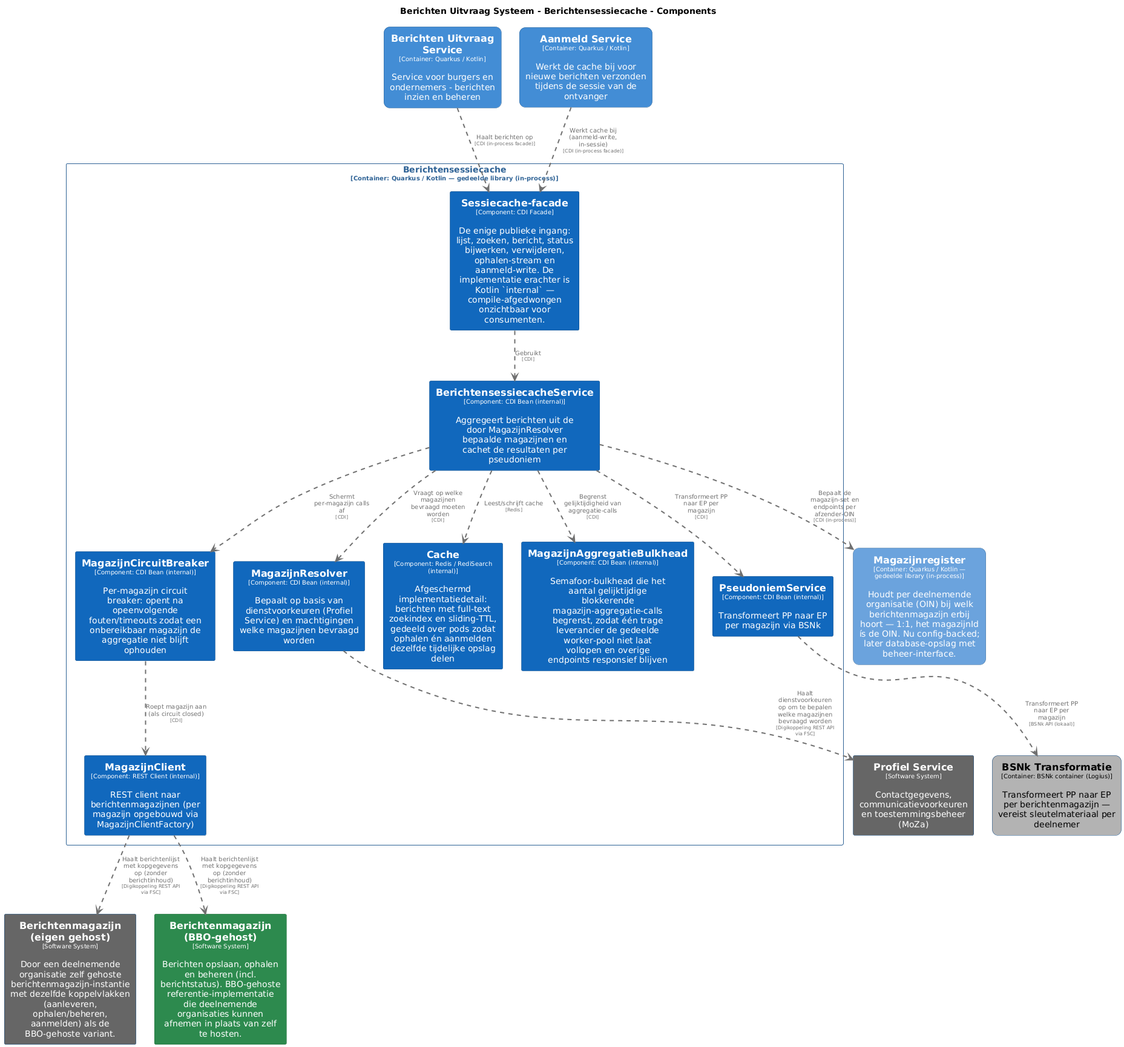
Before: master/png/BerichtensessiecacheComponenten.png, a diagram exported from PlantUML (MinBZK/moza-poc-fbs-berichtenbox).
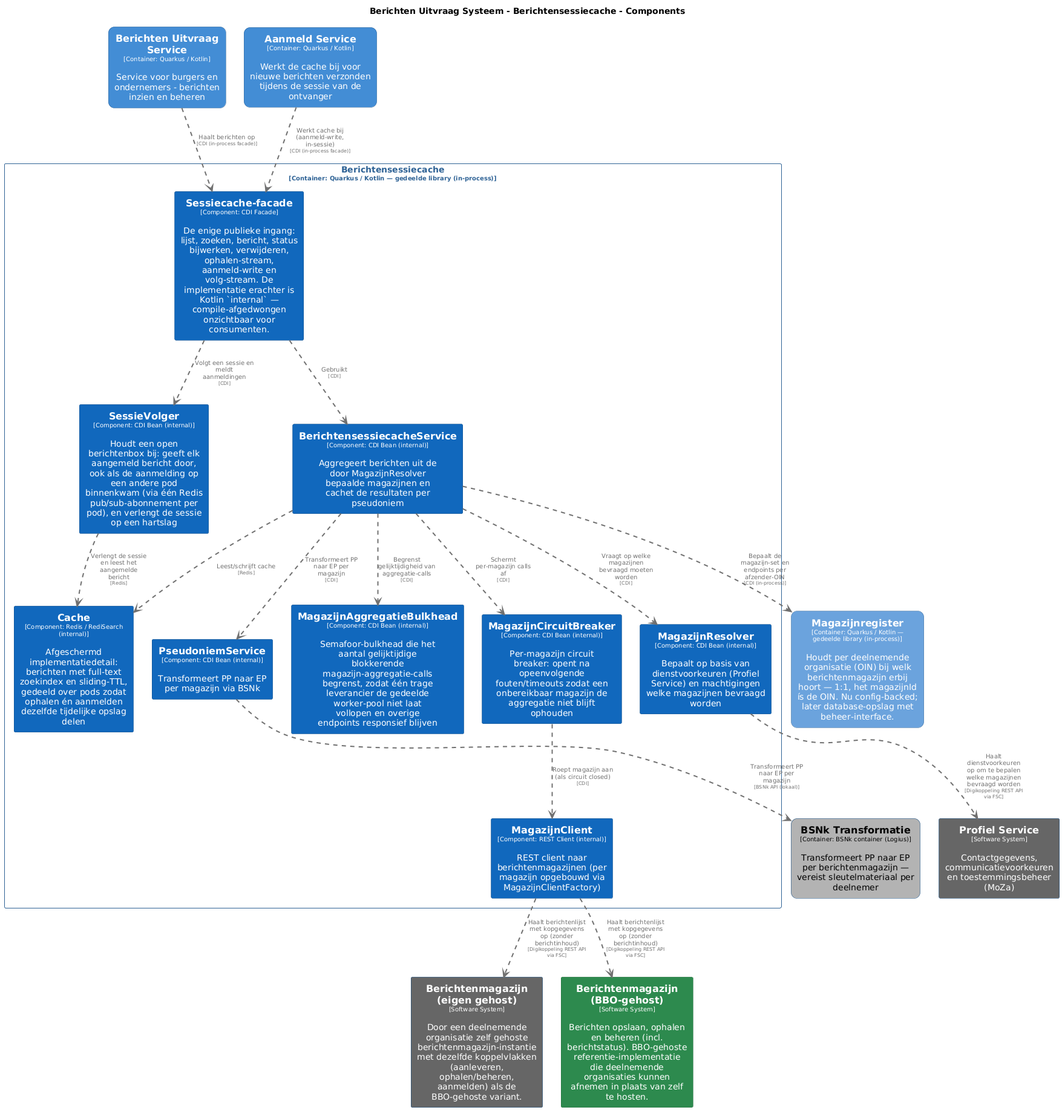
The same file after the commit.

The edit, as a diff of the source:
```diff
@@ -103,6 +103,12 @@
   BorderColor #0b4884
   shadowing false
 }
+skinparam rectangle<<BerichtenUitvraagSysteem.Berichtensessiecache.SessieVolger>> {
+  BackgroundColor #1168bd
+  FontColor #ffffff
+  BorderColor #0b4884
+  shadowing false
+}
 skinparam rectangle<<BerichtenUitvraagSysteem.Berichtensessiecache.Sessiecachefacade>> {
   BackgroundColor #1168bd
   FontColor #ffffff
@@ -124,7 +130,7 @@
 rectangle "==Magazijnregister\n<size:10>[Container: Quarkus / Kotlin — gedeelde library (in-process)]</size>\n\nHoudt per deelnemende organisatie (OIN) bij welk berichtenmagazijn erbij hoort — 1:1, het magazijnId ís de OIN. Nu config-backed; later database-opslag met beheer-interface." <<BerichtenUitvraagSysteem.Magazijnregister>> as BerichtenUitvraagSysteem.Magazijnregister
 
 rectangle "Berichtensessiecache\n<size:10>[Container: Quarkus / Kotlin — gedeelde library (in-process)]</size>" <<BerichtenUitvraagSysteem.Berichtensessiecache>> {
-  rectangle "==Sessiecache-facade\n<size:10>[Component: CDI Facade]</size>\n\nDe enige publieke ingang: lijst, zoeken, bericht, status bijwerken, verwijderen, ophalen-stream en aanmeld-write. De implementatie erachter is Kotlin `internal` — compile-afgedwongen onzichtbaar voor consumenten." <<BerichtenUitvraagSysteem.Berichtensessiecache.Sessiecachefacade>> as BerichtenUitvraagSysteem.Berichtensessiecache.Sessiecachefacade
+  rectangle "==Sessiecache-facade\n<size:10>[Component: CDI Facade]</size>\n\nDe enige publieke ingang: lijst, zoeken, bericht, status bijwerken, verwijderen, ophalen-stream, aanmeld-write en volg-stream. De implementatie erachter is Kotlin `internal` — compile-afgedwongen onzichtbaar voor consumenten." <<BerichtenUitvraagSysteem.Berichtensessiecache.Sessiecachefacade>> as BerichtenUitvraagSysteem.Berichtensessiecache.Sessiecachefacade
   rectangle "==MagazijnResolver\n<size:10>[Component: CDI Bean (internal)]</size>\n\nBepaalt op basis van dienstvoorkeuren (Profiel Service) en machtigingen welke magazijnen bevraagd worden" <<BerichtenUitvraagSysteem.Berichtensessiecache.MagazijnResolver>> as BerichtenUitvraagSysteem.Berichtensessiecache.MagazijnResolver
   rectangle "==PseudoniemService\n<size:10>[Component: CDI Bean (internal)]</size>\n\nTransformeert PP naar EP per magazijn via BSNk" <<BerichtenUitvraagSysteem.Berichtensessiecache.PseudoniemService>> as BerichtenUitvraagSysteem.Berichtensessiecache.PseudoniemService
   rectangle "==BerichtensessiecacheService\n<size:10>[Component: CDI Bean (internal)]</size>\n\nAggregeert berichten uit de door MagazijnResolver bepaalde magazijnen en cachet de resultaten per pseudoniem" <<BerichtenUitvraagSysteem.Berichtensessiecache.BerichtensessiecacheService>> as BerichtenUitvraagSysteem.Berichtensessiecache.BerichtensessiecacheService
@@ -132,12 +138,15 @@
   rectangle "==MagazijnAggregatieBulkhead\n<size:10>[Component: CDI Bean (internal)]</size>\n\nSemafoor-bulkhead die het aantal gelijktijdige blokkerende magazijn-aggregatie-calls begrenst, zodat één trage leverancier de gedeelde worker-pool niet laat vollopen en overige endpoints responsief blijven" <<BerichtenUitvraagSysteem.Berichtensessiecache.MagazijnAggregatieBulkhead>> as BerichtenUitvraagSysteem.Berichtensessiecache.MagazijnAggregatieBulkhead
   rectangle "==MagazijnCircuitBreaker\n<size:10>[Component: CDI Bean (internal)]</size>\n\nPer-magazijn circuit breaker: opent na opeenvolgende fouten/timeouts zodat een onbereikbaar magazijn de aggregatie niet blijft ophouden" <<BerichtenUitvraagSysteem.Berichtensessiecache.MagazijnCircuitBreaker>> as BerichtenUitvraagSysteem.Berichtensessiecache.MagazijnCircuitBreaker
   rectangle "==MagazijnClient\n<size:10>[Component: REST Client (internal)]</size>\n\nREST client naar berichtenmagazijnen (per magazijn opgebouwd via MagazijnClientFactory)" <<BerichtenUitvraagSysteem.Berichtensessiecache.MagazijnClient>> as BerichtenUitvraagSysteem.Berichtensessiecache.MagazijnClient
+  rectangle "==SessieVolger\n<size:10>[Component: CDI Bean (internal)]</size>\n\nHoudt een open berichtenbox bij: geeft elk aangemeld bericht door, ook als de aanmelding op een andere pod binnenkwam (via één Redis pub/sub-abonnement per pod), en verlengt de sessie op een hartslag" <<BerichtenUitvraagSysteem.Berichtensessiecache.SessieVolger>> as BerichtenUitvraagSysteem.Berichtensessiecache.SessieVolger
 }
 
 BerichtenUitvraagSysteem.Berichtensessiecache.MagazijnClient .[#707070,thickness=2].> Berichtenmagazijneigengehost : "<color:#707070>Haalt berichtenlijst met kopgegevens op (zonder berichtinhoud)\n<color:#707070><size:8>[Digikoppeling REST API via FSC]</size>"
 BerichtenUitvraagSysteem.Berichtensessiecache.MagazijnResolver .[#707070,thickness=2].> ProfielService : "<color:#707070>Haalt dienstvoorkeuren op om te bepalen welke magazijnen bevraagd worden\n<color:#707070><size:8>[Digikoppeling REST API via FSC]</size>"
 BerichtenUitvraagSysteem.Berichtensessiecache.MagazijnClient .[#707070,thickness=2].> BerichtenmagazijnBBOgehost : "<color:#707070>Haalt berichtenlijst met kopgegevens op (zonder berichtinhoud)\n<color:#707070><size:8>[Digikoppeling REST API via FSC]</size>"
 BerichtenUitvraagSysteem.Berichtensessiecache.Sessiecachefacade .[#707070,thickness=2].> BerichtenUitvraagSysteem.Berichtensessiecache.BerichtensessiecacheService : "<color:#707070>Gebruikt\n<color:#707070><size:8>[CDI]</size>"
+BerichtenUitvraagSysteem.Berichtensessiecache.Sessiecachefacade .[#707070,thickness=2].> BerichtenUitvraagSysteem.Berichtensessiecache.SessieVolger : "<color:#707070>Volgt een sessie en meldt aanmeldingen\n<color:#707070><size:8>[CDI]</size>"
+BerichtenUitvraagSysteem.Berichtensessiecache.SessieVolger .[#707070,thickness=2].> BerichtenUitvraagSysteem.Berichtensessiecache.Cache : "<color:#707070>Verlengt de sessie en leest het aangemelde bericht\n<color:#707070><size:8>[Redis]</size>"
 BerichtenUitvraagSysteem.Berichtensessiecache.BerichtensessiecacheService .[#707070,thickness=2].> BerichtenUitvraagSysteem.Berichtensessiecache.MagazijnResolver : "<color:#707070>Vraagt op welke magazijnen bevraagd moeten worden\n<color:#707070><size:8>[CDI]</size>"
 BerichtenUitvraagSysteem.Berichtensessiecache.BerichtensessiecacheService .[#707070,thickness=2].> BerichtenUitvraagSysteem.Berichtensessiecache.PseudoniemService : "<color:#707070>Transformeert PP naar EP per magazijn\n<color:#707070><size:8>[CDI]</size>"
 BerichtenUitvraagSysteem.Berichtensessiecache.BerichtensessiecacheService .[#707070,thickness=2].> BerichtenUitvraagSysteem.Berichtensessiecache.Cache : "<color:#707070>Leest/schrijft cache\n<color:#707070><size:8>[Redis]</size>"
```
